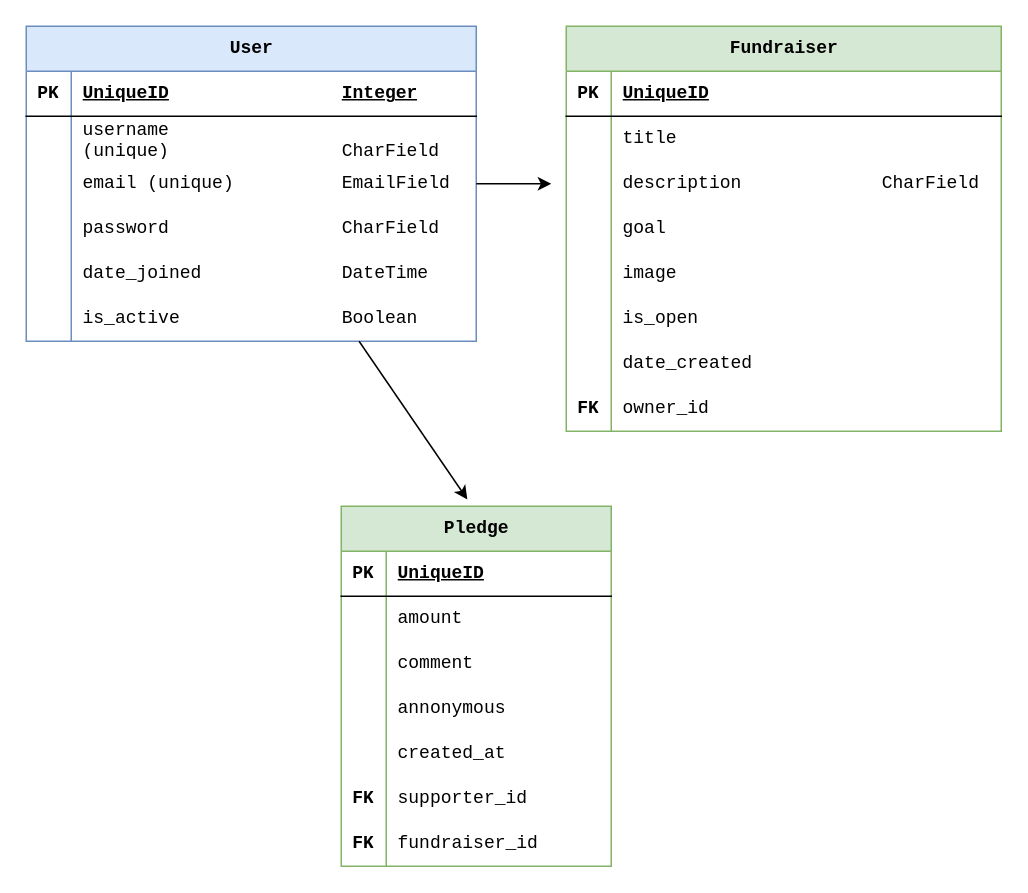
samara-x/crowdfunding_back_end keeps this draw.io diagram as schema.drawio. Above is the earlier version. Source tidied: cells renumbered, new cells numbered last; positions are measured from the earlier drawing's top-left corner, leaving out a move shared by most shapes. Both pictures are drawn from the tidied source at 150%, with x=0, y=0 at pixel (26, 26).
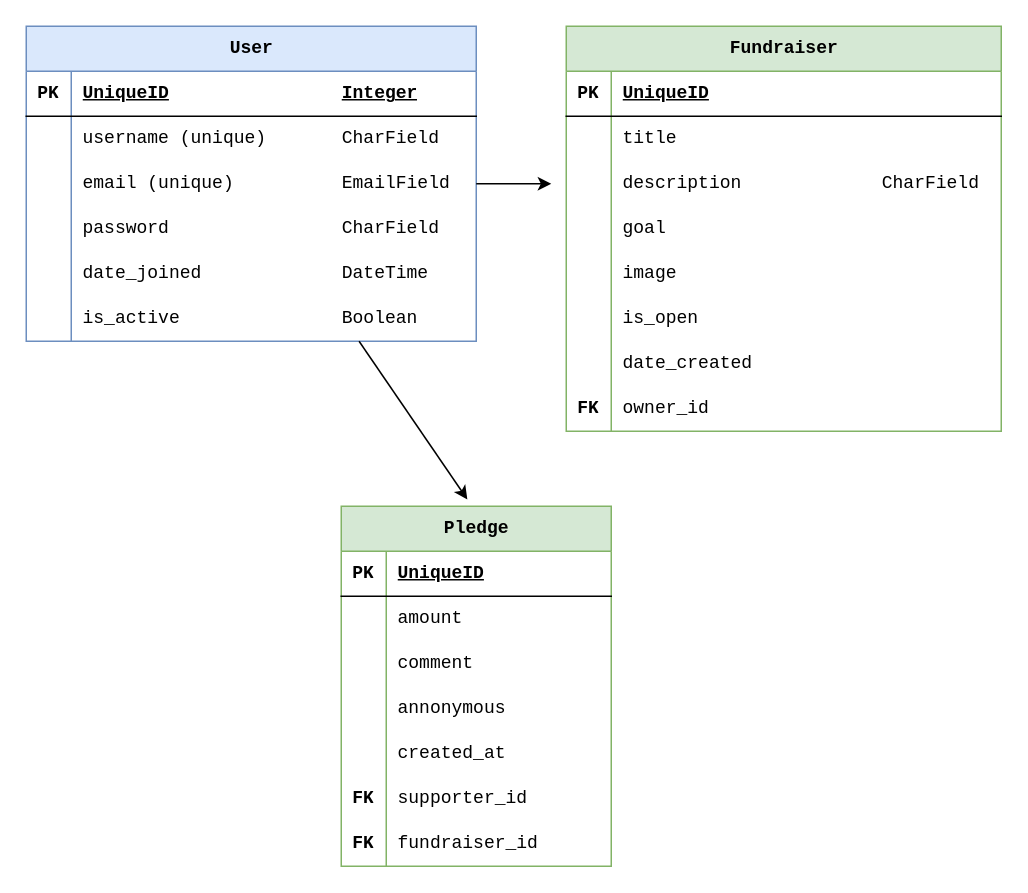
After the change.

Unchanged cells that the change refers to:
```xml
<mxCell id="6" style="shape=tableRow;horizontal=0;startSize=0;swimlaneHead=0;swimlaneBody=0;fillColor=none;top=0;left=0;right=0;bottom=0;fontFamily=Courier New;" parent="2" vertex="1">
  <mxGeometry y="60" width="300" height="30" as="geometry" />
</mxCell>
```

Change to the diagram source:
```diff
@@
-    <mxCell id="8" value="username (unique)&lt;span style=&quot;white-space: pre;&quot;&gt;&#9;&lt;/span&gt;&lt;span style=&quot;white-space: pre;&quot;&gt;&#9;&lt;/span&gt;CharField&lt;span style=&quot;white-space: pre;&quot;&gt;&#9;&lt;/span&gt;&lt;span style=&quot;white-space: pre;&quot;&gt;&#9;&lt;/span&gt;&lt;span style=&quot;white-space: pre;&quot;&gt;&#9;&lt;/span&gt;" style="shape=partialRectangle;fillColor=none;top=0;left=0;bottom=0;right=0;align=left;spacingLeft=6;overflow=hidden;whiteSpace=wrap;html=1;fontFamily=Courier New;" parent="6" vertex="1">
+    <mxCell id="8" value="&lt;div style=&quot;&quot;&gt;&lt;span style=&quot;background-color: transparent;&quot;&gt;username (unique)&lt;/span&gt;&lt;span style=&quot;background-color: transparent; white-space: pre;&quot;&gt;&#9;&lt;/span&gt;&lt;span style=&quot;background-color: transparent;&quot;&gt;CharField&lt;/span&gt;&lt;/div&gt;" style="shape=partialRectangle;fillColor=none;top=0;left=0;bottom=0;right=0;align=left;spacingLeft=6;overflow=hidden;whiteSpace=wrap;html=1;fontFamily=Courier New;" parent="6" vertex="1">
       <mxGeometry x="30" width="270" height="30" as="geometry" />
     </mxCell>
```
